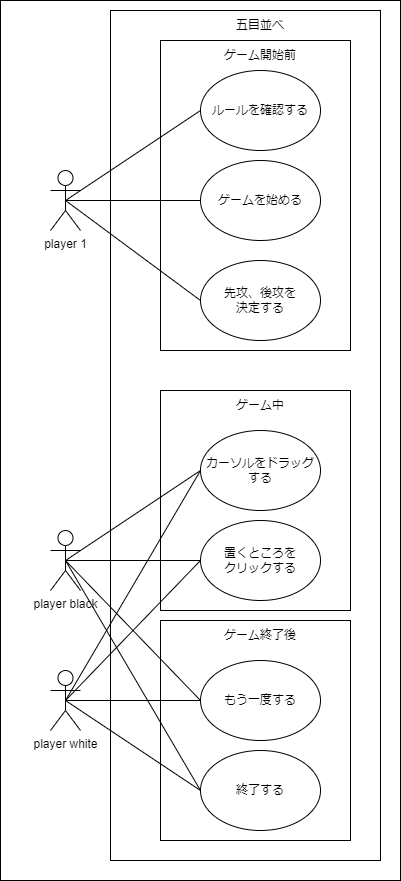
Above: usecase.drawio.png in arashi6FNSM/-4-15 (draw.io), before the change. Source tidied: cells renumbered, new cells last; positions are measured from the earlier drawing's top-left corner, leaving out a move shared by most shapes.
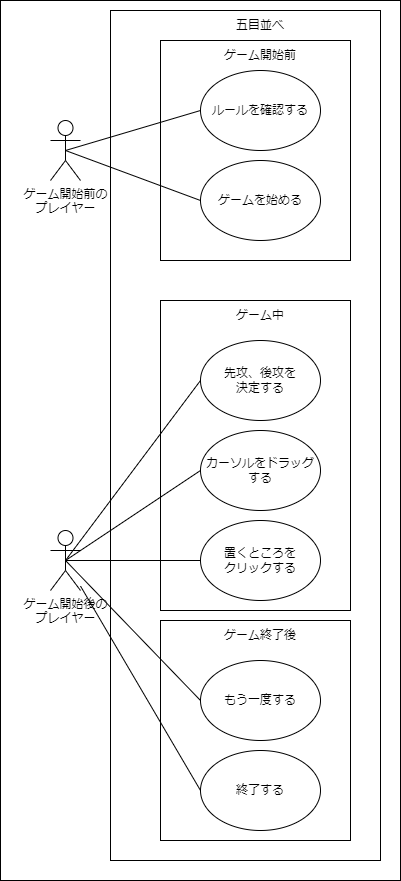
The same file after the commit.

The edit, as a diff of the source:
```diff
@@ -5,20 +5,17 @@
     <mxCell id="2" style="whiteSpace=wrap;html=1;" parent="1" vertex="1">
       <mxGeometry width="400" height="880" as="geometry" />
     </mxCell>
-    <mxCell id="3" value="player 1" style="shape=umlActor;verticalLabelPosition=bottom;verticalAlign=top;html=1;outlineConnect=0;" parent="1" vertex="1">
-      <mxGeometry x="50" y="170" width="30" height="60" as="geometry" />
+    <mxCell id="3" value="ゲーム開始前の&lt;br&gt;プレイヤー" style="shape=umlActor;verticalLabelPosition=bottom;verticalAlign=top;html=1;outlineConnect=0;" parent="1" vertex="1">
+      <mxGeometry x="50" y="120" width="30" height="60" as="geometry" />
     </mxCell>
-    <mxCell id="4" value="player black" style="shape=umlActor;verticalLabelPosition=bottom;verticalAlign=top;html=1;outlineConnect=0;" parent="1" vertex="1">
+    <mxCell id="4" value="ゲーム開始後の&lt;br&gt;プレイヤー" style="shape=umlActor;verticalLabelPosition=bottom;verticalAlign=top;html=1;outlineConnect=0;" parent="1" vertex="1">
       <mxGeometry x="50" y="530" width="30" height="60" as="geometry" />
     </mxCell>
-    <mxCell id="5" value="player white" style="shape=umlActor;verticalLabelPosition=bottom;verticalAlign=top;html=1;outlineConnect=0;" parent="1" vertex="1">
-      <mxGeometry x="50" y="670" width="30" height="60" as="geometry" />
-    </mxCell>
     <mxCell id="6" style="whiteSpace=wrap;html=1;" parent="1" vertex="1">
       <mxGeometry x="110" y="10" width="270" height="850" as="geometry" />
     </mxCell>
     <mxCell id="7" style="whiteSpace=wrap;html=1;" parent="1" vertex="1">
-      <mxGeometry x="160" y="40" width="190" height="310" as="geometry" />
+      <mxGeometry x="160" y="40" width="190" height="220" as="geometry" />
     </mxCell>
     <mxCell id="8" value="ルールを確認する" style="ellipse;whiteSpace=wrap;html=1;" parent="1" vertex="1">
       <mxGeometry x="200" y="70" width="120" height="80" as="geometry" />
@@ -26,11 +23,8 @@
     <mxCell id="9" value="ゲームを始める" style="ellipse;whiteSpace=wrap;html=1;" parent="1" vertex="1">
       <mxGeometry x="200" y="160" width="120" height="80" as="geometry" />
     </mxCell>
-    <mxCell id="10" value="先攻、後攻を&lt;br&gt;決定する" style="ellipse;whiteSpace=wrap;html=1;" parent="1" vertex="1">
-      <mxGeometry x="200" y="260" width="120" height="80" as="geometry" />
-    </mxCell>
     <mxCell id="11" style="whiteSpace=wrap;html=1;" parent="1" vertex="1">
-      <mxGeometry x="160" y="390" width="190" height="220" as="geometry" />
+      <mxGeometry x="160" y="300" width="190" height="310" as="geometry" />
     </mxCell>
     <mxCell id="12" value="カーソルをドラッグする" style="ellipse;whiteSpace=wrap;html=1;" parent="1" vertex="1">
       <mxGeometry x="200" y="430" width="120" height="80" as="geometry" />
@@ -50,15 +44,9 @@
     <mxCell id="17" style="endArrow=none;html=1;exitX=0.5;exitY=0.5;exitDx=0;exitDy=0;exitPerimeter=0;entryX=0;entryY=0.5;entryDx=0;entryDy=0;" parent="1" edge="1" source="4" target="13">
       <mxGeometry relative="1" as="geometry" />
     </mxCell>
-    <mxCell id="18" style="endArrow=none;html=1;exitX=0.5;exitY=0.5;exitDx=0;exitDy=0;exitPerimeter=0;entryX=0;entryY=0.5;entryDx=0;entryDy=0;" parent="1" edge="1" source="5" target="12">
-      <mxGeometry relative="1" as="geometry" />
-    </mxCell>
     <mxCell id="19" style="whiteSpace=wrap;html=1;" parent="1" vertex="1">
       <mxGeometry x="160" y="620" width="190" height="220" as="geometry" />
     </mxCell>
-    <mxCell id="20" style="endArrow=none;html=1;exitX=0.5;exitY=0.5;exitDx=0;exitDy=0;exitPerimeter=0;entryX=0;entryY=0.5;entryDx=0;entryDy=0;" parent="1" edge="1" source="5" target="13">
-      <mxGeometry relative="1" as="geometry" />
-    </mxCell>
     <mxCell id="21" value="もう一度する" style="ellipse;whiteSpace=wrap;html=1;" parent="1" vertex="1">
       <mxGeometry x="200" y="660" width="120" height="80" as="geometry" />
     </mxCell>
@@ -68,29 +56,26 @@
     <mxCell id="23" style="endArrow=none;html=1;exitX=0.5;exitY=0.5;exitDx=0;exitDy=0;exitPerimeter=0;entryX=0;entryY=0.5;entryDx=0;entryDy=0;" parent="1" edge="1" source="4" target="21">
       <mxGeometry relative="1" as="geometry" />
     </mxCell>
-    <mxCell id="24" style="endArrow=none;html=1;exitX=0.5;exitY=0.5;exitDx=0;exitDy=0;exitPerimeter=0;entryX=0;entryY=0.5;entryDx=0;entryDy=0;" parent="1" edge="1" source="4" target="22">
+    <mxCell id="24" style="endArrow=none;html=1;entryX=0;entryY=0.5;entryDx=0;entryDy=0;" parent="1" edge="1" source="4" target="22">
       <mxGeometry relative="1" as="geometry" />
     </mxCell>
-    <mxCell id="25" style="endArrow=none;html=1;exitX=0.5;exitY=0.5;exitDx=0;exitDy=0;exitPerimeter=0;entryX=0;entryY=0.5;entryDx=0;entryDy=0;" parent="1" edge="1" source="5" target="21">
-      <mxGeometry relative="1" as="geometry" />
-    </mxCell>
-    <mxCell id="26" style="endArrow=none;html=1;exitX=0.5;exitY=0.5;exitDx=0;exitDy=0;exitPerimeter=0;entryX=0;entryY=0.5;entryDx=0;entryDy=0;" parent="1" edge="1" source="5" target="22">
-      <mxGeometry relative="1" as="geometry" />
-    </mxCell>
     <mxCell id="27" value="五目並べ" style="text;html=1;strokeColor=none;fillColor=none;align=center;verticalAlign=middle;whiteSpace=wrap;rounded=0;" parent="1" vertex="1">
       <mxGeometry x="230" y="10" width="60" height="30" as="geometry" />
     </mxCell>
-    <mxCell id="28" style="endArrow=none;html=1;exitX=0.5;exitY=0.5;exitDx=0;exitDy=0;exitPerimeter=0;entryX=0;entryY=0.5;entryDx=0;entryDy=0;" parent="1" edge="1" source="3" target="10">
-      <mxGeometry relative="1" as="geometry" />
-    </mxCell>
     <mxCell id="29" value="ゲーム開始前" style="text;html=1;strokeColor=none;fillColor=none;align=center;verticalAlign=middle;whiteSpace=wrap;rounded=0;" parent="1" vertex="1">
       <mxGeometry x="220" y="40" width="80" height="30" as="geometry" />
     </mxCell>
     <mxCell id="30" value="ゲーム中" style="text;html=1;strokeColor=none;fillColor=none;align=center;verticalAlign=middle;whiteSpace=wrap;rounded=0;" parent="1" vertex="1">
-      <mxGeometry x="230" y="390" width="60" height="30" as="geometry" />
+      <mxGeometry x="230" y="300" width="60" height="30" as="geometry" />
     </mxCell>
     <mxCell id="31" value="ゲーム終了後" style="text;html=1;strokeColor=none;fillColor=none;align=center;verticalAlign=middle;whiteSpace=wrap;rounded=0;" parent="1" vertex="1">
       <mxGeometry x="220" y="620" width="80" height="30" as="geometry" />
     </mxCell>
+    <mxCell id="10" value="先攻、後攻を&lt;br&gt;決定する" style="ellipse;whiteSpace=wrap;html=1;" parent="1" vertex="1">
+      <mxGeometry x="200" y="340" width="120" height="80" as="geometry" />
+    </mxCell>
+    <mxCell id="32" style="endArrow=none;html=1;exitX=0.5;exitY=0.5;exitDx=0;exitDy=0;exitPerimeter=0;entryX=0;entryY=0.5;entryDx=0;entryDy=0;" parent="1" edge="1" source="4" target="10">
+      <mxGeometry relative="1" as="geometry" />
+    </mxCell>
   </root>
 </mxGraphModel>
```
